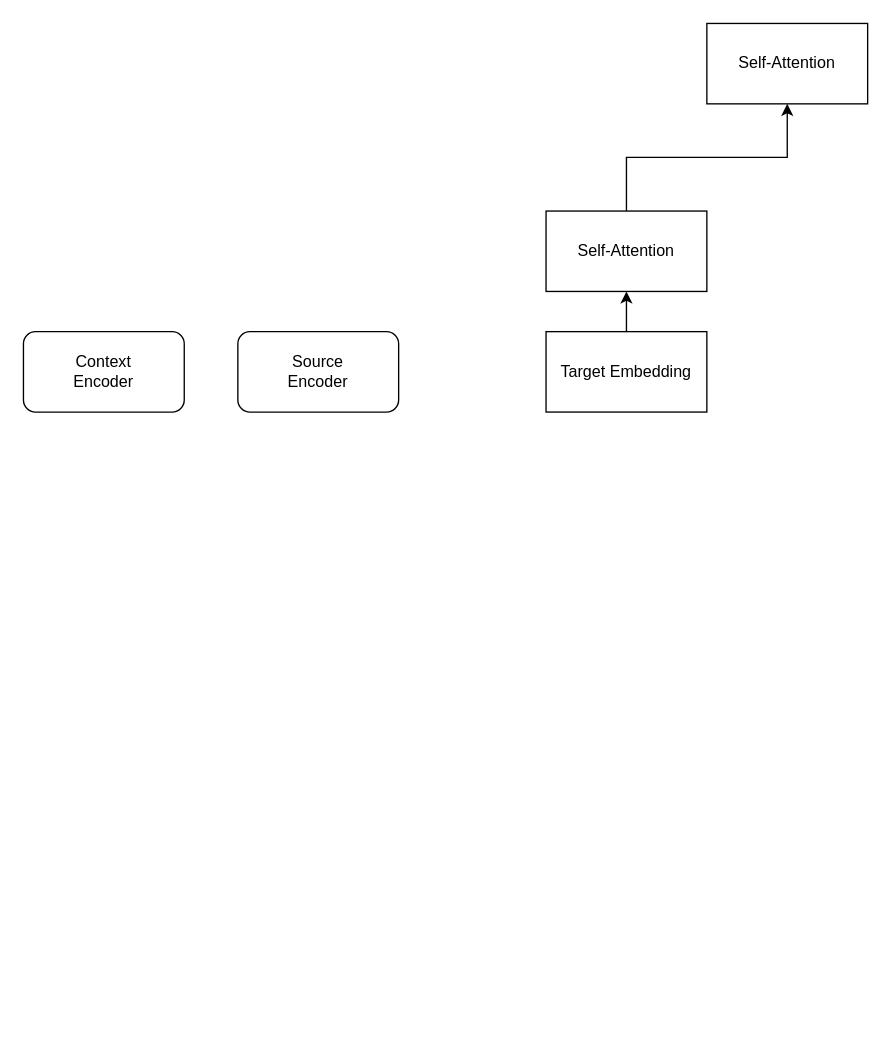
The draw.io diagram inside_context.does_multienc_help.drawio in babangain/drawio, before the edit. Source tidied: cells renumbered, new cells numbered last; positions are measured from the earlier drawing's top-left corner, leaving out a move shared by most shapes. Both pictures are drawn from the tidied source at 134%, with x=0, y=0 at pixel (23, 23).
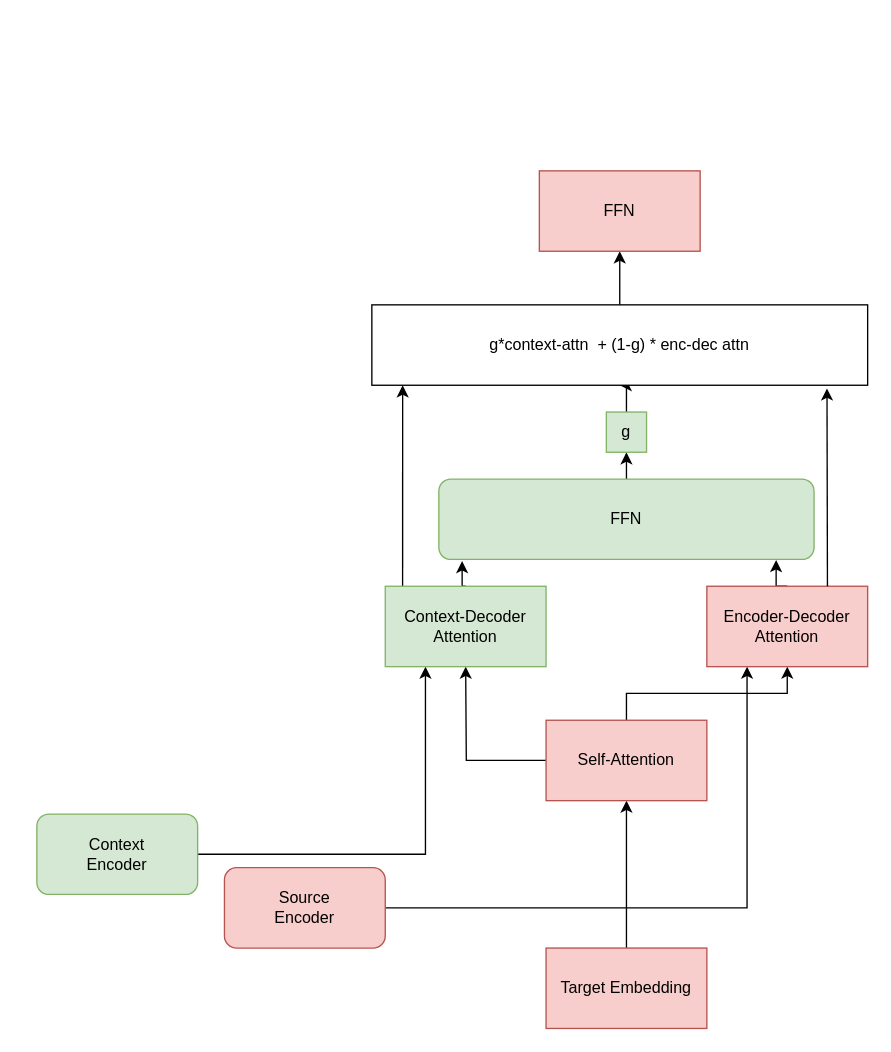
The same page after the edit.

The edit, as a diff of the source:
```diff
@@
+    <mxCell id="9" style="edgeStyle=orthogonalEdgeStyle;rounded=0;jettySize=auto;html=1;entryX=0.25;entryY=1;entryDx=0;entryDy=0;" parent="1" edge="1" source="2" target="18">
+      <mxGeometry relative="1" as="geometry" />
+    </mxCell>
-    <mxCell id="2" value="Context&lt;br&gt;Encoder" style="rounded=1;whiteSpace=wrap;html=1;" parent="1" vertex="1">
-      <mxGeometry y="230" width="120" height="60" as="geometry" />
+    <mxCell id="2" value="Context&lt;br&gt;Encoder" style="rounded=1;whiteSpace=wrap;html=1;fillColor=#d5e8d4;strokeColor=#82b366;" parent="1" vertex="1">
+      <mxGeometry x="10" y="590" width="120" height="60" as="geometry" />
     </mxCell>
+    <mxCell id="10" style="edgeStyle=orthogonalEdgeStyle;rounded=0;jettySize=auto;html=1;entryX=0.25;entryY=1;entryDx=0;entryDy=0;" parent="1" edge="1" source="3" target="16">
+      <mxGeometry relative="1" as="geometry" />
+    </mxCell>
-    <mxCell id="3" value="Source&lt;br&gt;Encoder" style="rounded=1;whiteSpace=wrap;html=1;" parent="1" vertex="1">
-      <mxGeometry x="160" y="230" width="120" height="60" as="geometry" />
+    <mxCell id="3" value="Source&lt;br&gt;Encoder" style="rounded=1;whiteSpace=wrap;html=1;fillColor=#f8cecc;strokeColor=#b85450;" parent="1" vertex="1">
+      <mxGeometry x="150" y="630" width="120" height="60" as="geometry" />
     </mxCell>
-    <mxCell id="4" style="edgeStyle=orthogonalEdgeStyle;rounded=0;jettySize=auto;html=1;" parent="1" edge="1" source="5" target="7">
-      <mxGeometry relative="1" as="geometry" />
-    </mxCell>
+    <mxCell id="11" style="edgeStyle=orthogonalEdgeStyle;rounded=0;jettySize=auto;html=1;" parent="1" edge="1" source="5" target="14">
+      <mxGeometry relative="1" as="geometry" />
+    </mxCell>
-    <mxCell id="5" value="Target Embedding" style="rounded=0;whiteSpace=wrap;html=1;" parent="1" vertex="1">
-      <mxGeometry x="390" y="230" width="120" height="60" as="geometry" />
+    <mxCell id="5" value="Target Embedding" style="rounded=0;whiteSpace=wrap;html=1;fillColor=#f8cecc;strokeColor=#b85450;" parent="1" vertex="1">
+      <mxGeometry x="390" y="690" width="120" height="60" as="geometry" />
     </mxCell>
-    <mxCell id="6" style="edgeStyle=orthogonalEdgeStyle;rounded=0;jettySize=auto;html=1;" parent="1" edge="1" source="7" target="8">
-      <mxGeometry relative="1" as="geometry" />
-    </mxCell>
-    <mxCell id="7" value="Self-Attention" style="rounded=0;whiteSpace=wrap;html=1;" parent="1" vertex="1">
-      <mxGeometry x="390" y="140" width="120" height="60" as="geometry" />
-    </mxCell>
-    <mxCell id="8" value="Self-Attention" style="rounded=0;whiteSpace=wrap;html=1;" parent="1" vertex="1">
-      <mxGeometry x="510" width="120" height="60" as="geometry" />
-    </mxCell>
+    <mxCell id="12" style="edgeStyle=orthogonalEdgeStyle;rounded=0;jettySize=auto;html=1;" parent="1" edge="1" source="14" target="16">
+      <mxGeometry relative="1" as="geometry" />
+    </mxCell>
+    <mxCell id="13" style="edgeStyle=orthogonalEdgeStyle;rounded=0;jettySize=auto;html=1;" parent="1" edge="1" source="14">
+      <mxGeometry relative="1" as="geometry">
+        <mxPoint x="330" y="480" as="targetPoint" />
+      </mxGeometry>
+    </mxCell>
+    <mxCell id="14" value="Self-Attention" style="rounded=0;whiteSpace=wrap;html=1;fillColor=#f8cecc;strokeColor=#b85450;" parent="1" vertex="1">
+      <mxGeometry x="390" y="520" width="120" height="60" as="geometry" />
+    </mxCell>
+    <mxCell id="15" style="edgeStyle=orthogonalEdgeStyle;rounded=0;jettySize=auto;html=1;exitX=0.5;exitY=0;exitDx=0;exitDy=0;entryX=0.899;entryY=1.007;entryDx=0;entryDy=0;entryPerimeter=0;" parent="1" edge="1" source="16" target="20">
+      <mxGeometry relative="1" as="geometry" />
+    </mxCell>
+    <mxCell id="16" value="Encoder-Decoder Attention" style="rounded=0;whiteSpace=wrap;html=1;fillColor=#f8cecc;strokeColor=#b85450;" parent="1" vertex="1">
+      <mxGeometry x="510" y="420" width="120" height="60" as="geometry" />
+    </mxCell>
+    <mxCell id="17" style="edgeStyle=orthogonalEdgeStyle;rounded=0;jettySize=auto;html=1;exitX=0.5;exitY=0;exitDx=0;exitDy=0;entryX=0.062;entryY=1.02;entryDx=0;entryDy=0;entryPerimeter=0;" parent="1" edge="1" source="18" target="20">
+      <mxGeometry relative="1" as="geometry" />
+    </mxCell>
+    <mxCell id="18" value="Context-Decoder Attention" style="rounded=0;whiteSpace=wrap;html=1;fillColor=#d5e8d4;strokeColor=#82b366;" parent="1" vertex="1">
+      <mxGeometry x="270" y="420" width="120" height="60" as="geometry" />
+    </mxCell>
+    <mxCell id="19" style="edgeStyle=orthogonalEdgeStyle;rounded=0;jettySize=auto;html=1;exitX=0.5;exitY=0;exitDx=0;exitDy=0;" parent="1" edge="1" source="20">
+      <mxGeometry relative="1" as="geometry">
+        <mxPoint x="450" y="320" as="targetPoint" />
+      </mxGeometry>
+    </mxCell>
+    <mxCell id="20" value="FFN" style="rounded=1;whiteSpace=wrap;html=1;fillColor=#d5e8d4;strokeColor=#82b366;" parent="1" vertex="1">
+      <mxGeometry x="310" y="340" width="280" height="60" as="geometry" />
+    </mxCell>
+    <mxCell id="21" style="edgeStyle=orthogonalEdgeStyle;rounded=0;jettySize=auto;html=1;entryX=0.5;entryY=1;entryDx=0;entryDy=0;" parent="1" edge="1" source="22" target="24">
+      <mxGeometry relative="1" as="geometry" />
+    </mxCell>
+    <mxCell id="22" value="g" style="whiteSpace=wrap;html=1;fillColor=#d5e8d4;strokeColor=#82b366;" parent="1" vertex="1">
+      <mxGeometry x="435" y="290" width="30" height="30" as="geometry" />
+    </mxCell>
+    <mxCell id="23" style="edgeStyle=orthogonalEdgeStyle;rounded=0;jettySize=auto;html=1;" parent="1" edge="1" source="24" target="26">
+      <mxGeometry relative="1" as="geometry" />
+    </mxCell>
+    <mxCell id="24" value="g*context-attn&amp;nbsp; + (1-g) * enc-dec attn" style="rounded=0;whiteSpace=wrap;html=1;" parent="1" vertex="1">
+      <mxGeometry x="260" y="210" width="370" height="60" as="geometry" />
+    </mxCell>
+    <mxCell id="25" style="endArrow=classic;html=1;rounded=0;exitX=0.108;exitY=-0.007;exitDx=0;exitDy=0;exitPerimeter=0;" parent="1" edge="1" source="18">
+      <mxGeometry relative="1" as="geometry">
+        <mxPoint x="283" y="270" as="targetPoint" />
+      </mxGeometry>
+    </mxCell>
+    <mxCell id="26" value="FFN" style="whiteSpace=wrap;html=1;rounded=0;fillColor=#f8cecc;strokeColor=#b85450;" parent="1" vertex="1">
+      <mxGeometry x="385" y="110" width="120" height="60" as="geometry" />
+    </mxCell>
+    <mxCell id="27" style="endArrow=classic;html=1;rounded=0;exitX=0.75;exitY=0;exitDx=0;exitDy=0;entryX=0.918;entryY=1.04;entryDx=0;entryDy=0;entryPerimeter=0;" parent="1" edge="1" source="16" target="24">
+      <mxGeometry relative="1" as="geometry" />
+    </mxCell>
```
